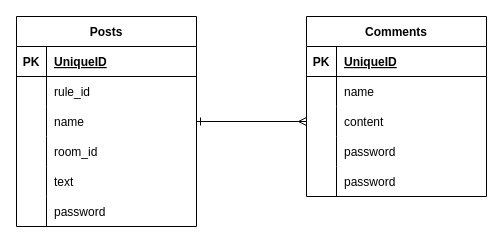
Before: db.dio in tjmax76/TamaMate, a draw.io diagram. Source tidied: cells renumbered, new cells numbered last; positions are measured from the earlier drawing's top-left corner, leaving out a move shared by most shapes. Both pictures are drawn from the tidied source at 100%, with x=0, y=0 at pixel (16, 16).
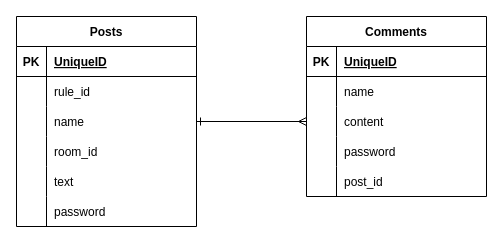
The same diagram, later.

Commit message:
DB設計図を修正

Unchanged cells that the change refers to:
```xml
<mxCell id="34" style="shape=tableRow;horizontal=0;startSize=0;swimlaneHead=0;swimlaneBody=0;fillColor=none;top=0;left=0;right=0;bottom=0;" parent="21" vertex="1">
  <mxGeometry y="150" width="180" height="30" as="geometry" />
</mxCell>
```

Diff of the diagram source:
```diff
@@
-    <mxCell id="36" value="password" style="shape=partialRectangle;fillColor=none;top=0;left=0;bottom=0;right=0;align=left;spacingLeft=6;overflow=hidden;" parent="34" vertex="1">
+    <mxCell id="36" value="post_id" style="shape=partialRectangle;fillColor=none;top=0;left=0;bottom=0;right=0;align=left;spacingLeft=6;overflow=hidden;" parent="34" vertex="1">
       <mxGeometry x="30" width="150" height="30" as="geometry" />
     </mxCell>
```
